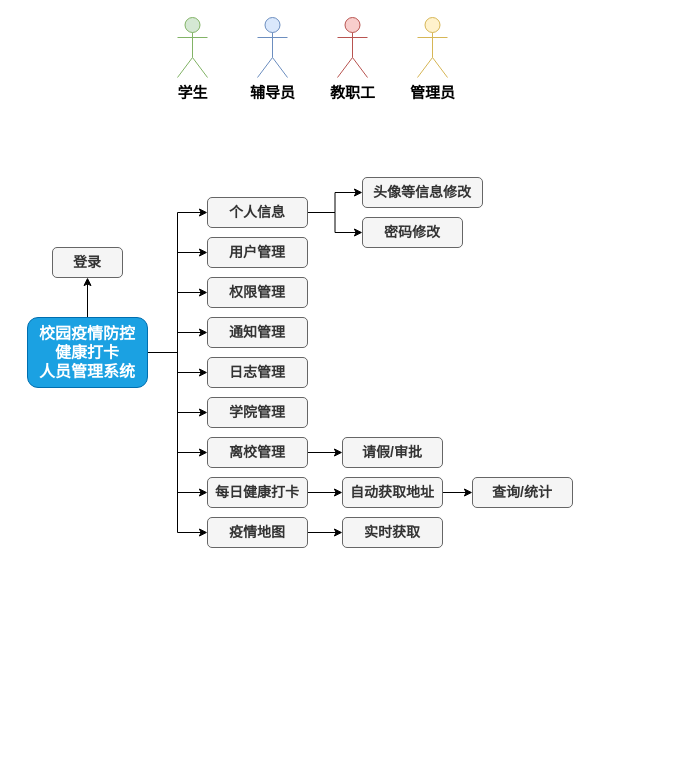
Earlier version of the draw.io diagram 校园疫情防控基础版.drawio (redcomet88/DRAW). Source tidied: cells renumbered, new cells numbered last; positions are measured from the earlier drawing's top-left corner, leaving out a move shared by most shapes. Both pictures are drawn from the tidied source at 100%, with x=0, y=0 at pixel (27, 17).
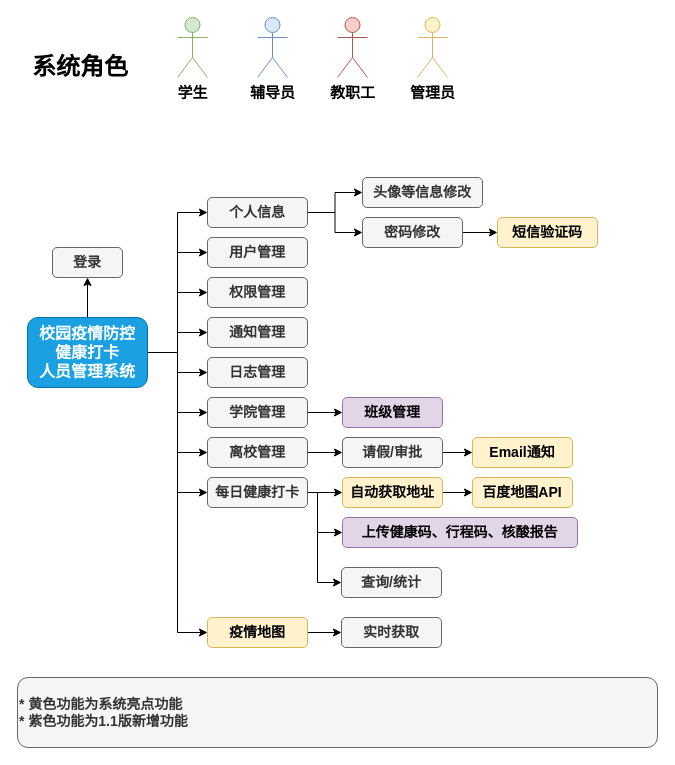
After the change.

Commit message:
Update 校园疫情防控基础版.drawio

The change refers to these unchanged cells:
```xml
<mxCell id="26" value="学院管理" style="rounded=1;whiteSpace=wrap;html=1;fontSize=14;fillColor=#f5f5f5;fontColor=#333333;strokeColor=#666666;fontStyle=1;" parent="1" vertex="1">
  <mxGeometry x="180" y="380" width="100" height="30" as="geometry" />
</mxCell>
<mxCell id="29" value="请假/审批" style="rounded=1;whiteSpace=wrap;html=1;fontSize=14;fillColor=#f5f5f5;fontColor=#333333;strokeColor=#666666;fontStyle=1;" parent="1" vertex="1">
  <mxGeometry x="315" y="420" width="100" height="30" as="geometry" />
</mxCell>
<mxCell id="31" value="每日健康打卡" style="rounded=1;whiteSpace=wrap;html=1;fontSize=14;fillColor=#f5f5f5;fontColor=#333333;strokeColor=#666666;fontStyle=1;" parent="1" vertex="1">
  <mxGeometry x="180" y="460" width="100" height="30" as="geometry" />
</mxCell>
<mxCell id="38" value="密码修改" style="rounded=1;whiteSpace=wrap;html=1;fontSize=14;fillColor=#f5f5f5;fontColor=#333333;strokeColor=#666666;fontStyle=1;" parent="1" vertex="1">
  <mxGeometry x="335" y="200" width="100" height="30" as="geometry" />
</mxCell>
```

What changed in the source:
```diff
@@
+    <mxCell id="39" style="edgeStyle=orthogonalEdgeStyle;rounded=0;jettySize=auto;html=1;exitX=1;exitY=0.5;exitDx=0;exitDy=0;entryX=0;entryY=0.5;entryDx=0;entryDy=0;" parent="1" edge="1" source="26" target="48">
+      <mxGeometry relative="1" as="geometry" />
+    </mxCell>
@@
+    <mxCell id="40" style="edgeStyle=orthogonalEdgeStyle;rounded=0;jettySize=auto;html=1;exitX=1;exitY=0.5;exitDx=0;exitDy=0;entryX=0;entryY=0.5;entryDx=0;entryDy=0;" parent="1" edge="1" source="29" target="45">
+      <mxGeometry relative="1" as="geometry" />
+    </mxCell>
@@
+    <mxCell id="41" style="edgeStyle=orthogonalEdgeStyle;rounded=0;jettySize=auto;html=1;exitX=1;exitY=0.5;exitDx=0;exitDy=0;entryX=0;entryY=0.5;entryDx=0;entryDy=0;" parent="1" edge="1" source="31" target="47">
+      <mxGeometry relative="1" as="geometry">
+        <Array as="points">
+          <mxPoint x="290" y="475" />
+          <mxPoint x="290" y="515" />
+        </Array>
+      </mxGeometry>
+    </mxCell>
+    <mxCell id="42" style="edgeStyle=orthogonalEdgeStyle;rounded=0;jettySize=auto;html=1;exitX=1;exitY=0.25;exitDx=0;exitDy=0;entryX=0;entryY=0.5;entryDx=0;entryDy=0;" parent="1" edge="1" source="31" target="46">
+      <mxGeometry relative="1" as="geometry">
+        <Array as="points">
+          <mxPoint x="280" y="475" />
+          <mxPoint x="290" y="475" />
+          <mxPoint x="290" y="565" />
+        </Array>
+      </mxGeometry>
+    </mxCell>
@@
-    <mxCell id="32" value="查询/统计" style="rounded=1;whiteSpace=wrap;html=1;fontSize=14;fillColor=#f5f5f5;fontColor=#333333;strokeColor=#666666;fontStyle=1;" parent="1" vertex="1">
+    <mxCell id="32" value="百度地图API" style="rounded=1;whiteSpace=wrap;html=1;fontSize=14;fillColor=#fff2cc;strokeColor=#d6b656;fontStyle=1;" parent="1" vertex="1">
       <mxGeometry x="445" y="460" width="100" height="30" as="geometry" />
     </mxCell>
@@
-    <mxCell id="34" value="自动获取地址" style="rounded=1;whiteSpace=wrap;html=1;fontSize=14;fillColor=#f5f5f5;fontColor=#333333;strokeColor=#666666;fontStyle=1;" parent="1" vertex="1">
+    <mxCell id="34" value="自动获取地址" style="rounded=1;whiteSpace=wrap;html=1;fontSize=14;fillColor=#fff2cc;strokeColor=#d6b656;fontStyle=1;" parent="1" vertex="1">
       <mxGeometry x="315" y="460" width="100" height="30" as="geometry" />
     </mxCell>
@@
-    <mxCell id="36" value="疫情地图" style="rounded=1;whiteSpace=wrap;html=1;fontSize=14;fillColor=#f5f5f5;fontColor=#333333;strokeColor=#666666;fontStyle=1;" parent="1" vertex="1">
-      <mxGeometry x="180" y="500" width="100" height="30" as="geometry" />
+    <mxCell id="36" value="疫情地图" style="rounded=1;whiteSpace=wrap;html=1;fontSize=14;fillColor=#fff2cc;strokeColor=#d6b656;fontStyle=1;" parent="1" vertex="1">
+      <mxGeometry x="180" y="600" width="100" height="30" as="geometry" />
     </mxCell>
     <mxCell id="37" value="实时获取" style="rounded=1;whiteSpace=wrap;html=1;fontSize=14;fillColor=#f5f5f5;fontColor=#333333;strokeColor=#666666;fontStyle=1;" parent="1" vertex="1">
-      <mxGeometry x="315" y="500" width="100" height="30" as="geometry" />
+      <mxGeometry x="314" y="600" width="100" height="30" as="geometry" />
     </mxCell>
+    <mxCell id="43" style="edgeStyle=orthogonalEdgeStyle;rounded=0;jettySize=auto;html=1;exitX=1;exitY=0.5;exitDx=0;exitDy=0;entryX=0;entryY=0.5;entryDx=0;entryDy=0;" parent="1" edge="1" source="38" target="44">
+      <mxGeometry relative="1" as="geometry" />
+    </mxCell>
@@
+    <mxCell id="44" value="短信验证码" style="rounded=1;whiteSpace=wrap;html=1;fontSize=14;fillColor=#fff2cc;strokeColor=#d6b656;fontStyle=1;" parent="1" vertex="1">
+      <mxGeometry x="470" y="200" width="100" height="30" as="geometry" />
+    </mxCell>
+    <mxCell id="45" value="Email通知" style="rounded=1;whiteSpace=wrap;html=1;fontSize=14;fillColor=#fff2cc;strokeColor=#d6b656;fontStyle=1;" parent="1" vertex="1">
+      <mxGeometry x="445" y="420" width="100" height="30" as="geometry" />
+    </mxCell>
+    <mxCell id="46" value="查询/统计" style="rounded=1;whiteSpace=wrap;html=1;fontSize=14;fillColor=#f5f5f5;fontColor=#333333;strokeColor=#666666;fontStyle=1;" parent="1" vertex="1">
+      <mxGeometry x="314" y="550" width="100" height="30" as="geometry" />
+    </mxCell>
+    <mxCell id="47" value="上传健康码、行程码、核酸报告" style="rounded=1;whiteSpace=wrap;html=1;fontSize=14;fillColor=#e1d5e7;strokeColor=#9673a6;fontStyle=1;" parent="1" vertex="1">
+      <mxGeometry x="315" y="500" width="235" height="30" as="geometry" />
+    </mxCell>
+    <mxCell id="48" value="班级管理" style="rounded=1;whiteSpace=wrap;html=1;fontSize=14;fillColor=#e1d5e7;strokeColor=#9673a6;fontStyle=1;" parent="1" vertex="1">
+      <mxGeometry x="315" y="380" width="100" height="30" as="geometry" />
+    </mxCell>
+    <mxCell id="49" value="* 黄色功能为系统亮点功能&lt;br&gt;* 紫色功能为1.1版新增功能" style="rounded=1;whiteSpace=wrap;html=1;fontSize=14;fillColor=#f5f5f5;strokeColor=#666666;fontStyle=1;fontColor=#333333;align=left;" parent="1" vertex="1">
+      <mxGeometry x="-10" y="660" width="640" height="70" as="geometry" />
+    </mxCell>
+    <mxCell id="50" value="&lt;h1&gt;系统角色&lt;/h1&gt;" style="text;html=1;strokeColor=none;fillColor=none;spacing=5;spacingTop=-20;whiteSpace=wrap;overflow=hidden;rounded=0;" parent="1" vertex="1">
+      <mxGeometry y="30" width="190" height="120" as="geometry" />
+    </mxCell>
```
